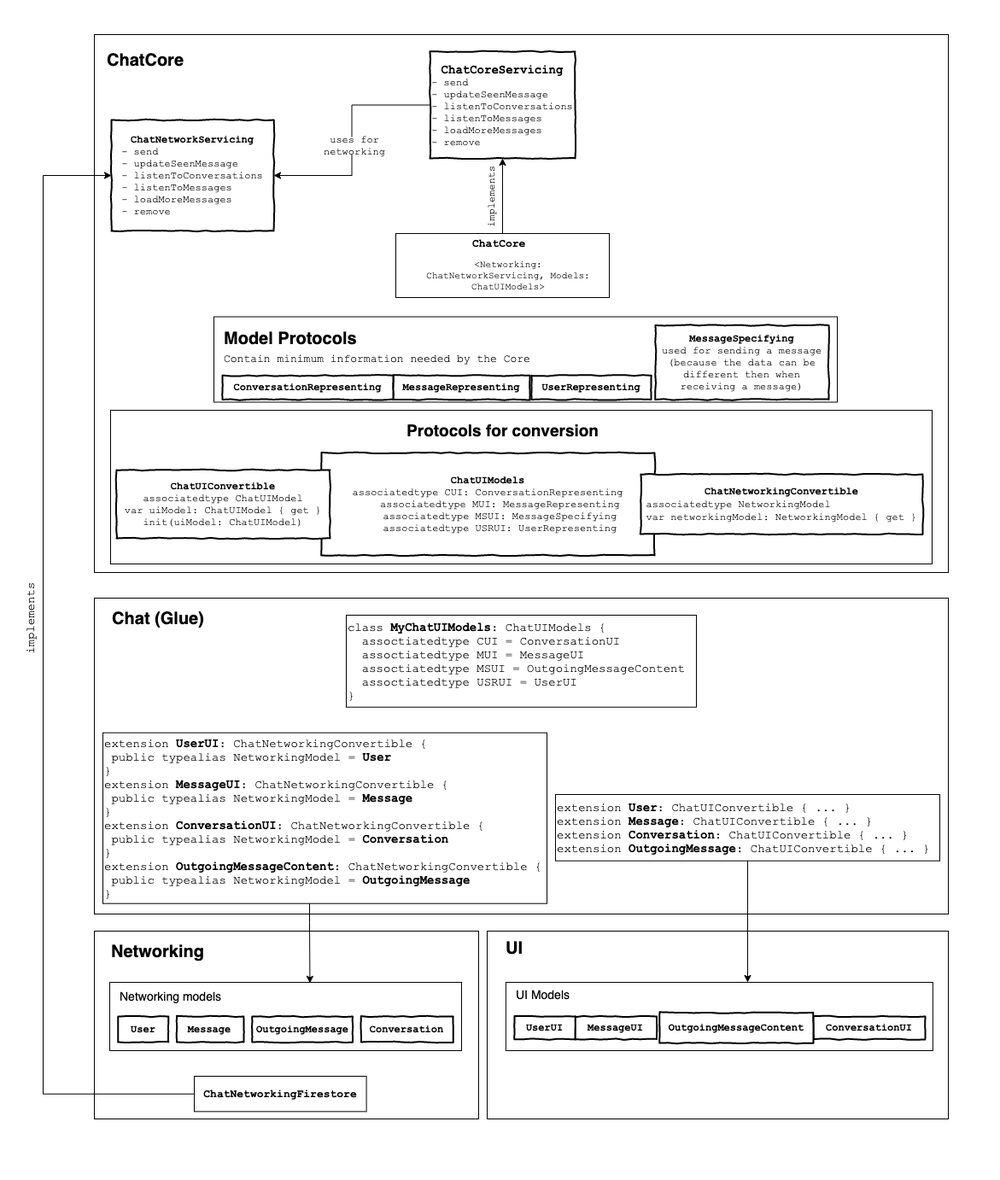
The draw.io diagram schema.png in strvcom/ios-chat-component, before a commit. Source tidied: cells renumbered, new cells last; positions are measured from the earlier drawing's top-left corner, leaving out a move shared by most shapes.
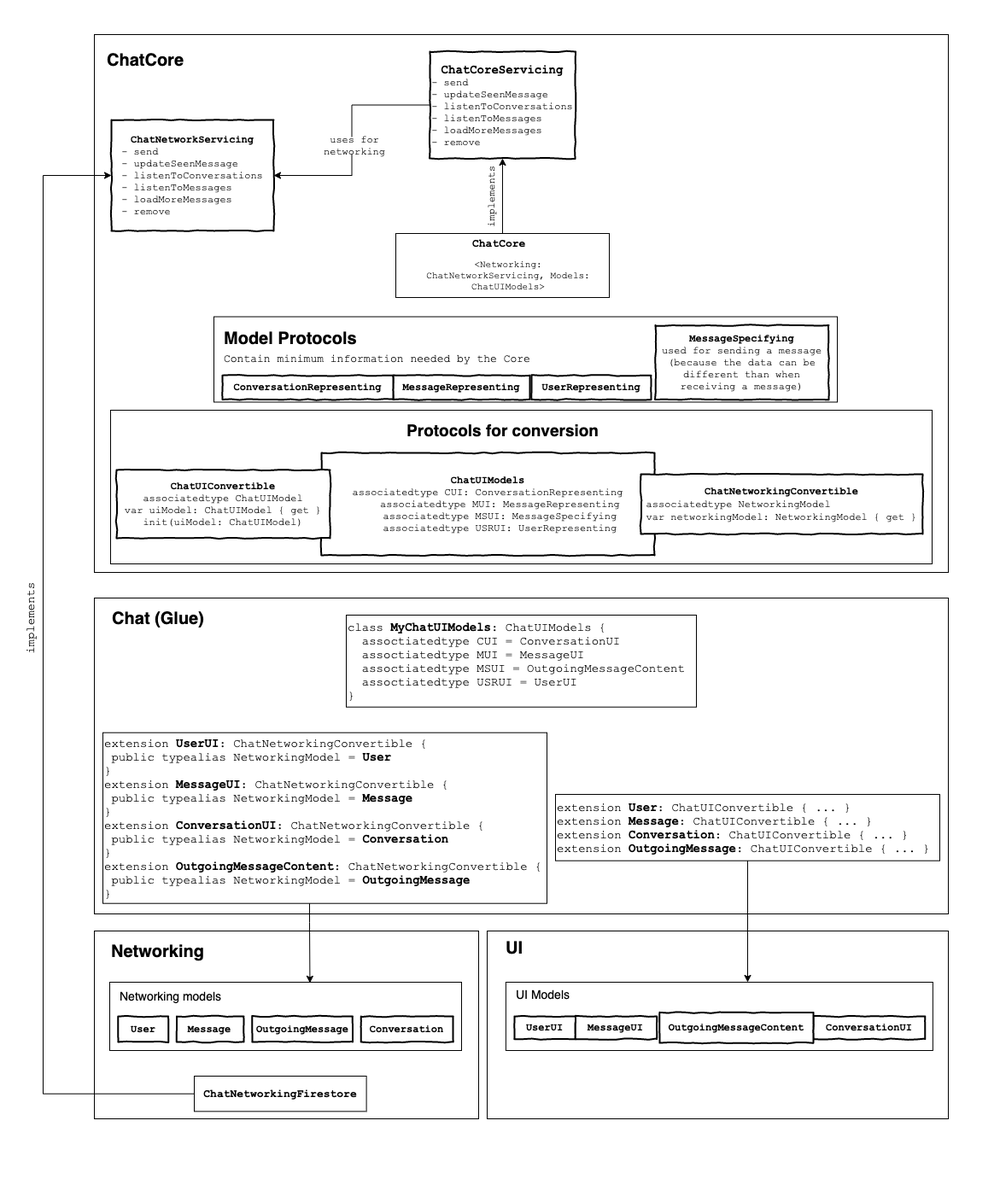
After the change.

Commit message:
Fix grammar mistakes

Diff of the diagram source:
```diff
@@ -170,7 +170,7 @@
     <mxCell id="52" value="&lt;font face=&quot;Helvetica&quot;&gt;&lt;font style=&quot;font-size: 20px&quot;&gt;Model Protocols&lt;/font&gt;&lt;br style=&quot;font-size: 13px&quot;&gt;&lt;/font&gt;&lt;font size=&quot;1&quot;&gt;&lt;span style=&quot;font-weight: normal ; font-size: 13px&quot;&gt;Contain minimum information needed by the Core&lt;/span&gt;&lt;/font&gt;" style="text;html=1;strokeColor=none;fillColor=none;align=left;verticalAlign=middle;whiteSpace=wrap;rounded=0;fontSize=18;fontFamily=Courier New;fontStyle=1;" parent="47" vertex="1">
       <mxGeometry x="10" y="29.5" width="377" height="14.5" as="geometry" />
     </mxCell>
-    <mxCell id="53" value="MessageSpecifying&lt;br&gt;&lt;span style=&quot;font-weight: normal&quot;&gt;used for sending a message (because the data can be different then when receiving a message)&lt;/span&gt;" style="html=1;whiteSpace=wrap;comic=1;strokeWidth=2;fontFamily=Courier New;fontStyle=1;" parent="47" vertex="1">
+    <mxCell id="53" value="MessageSpecifying&lt;br&gt;&lt;span style=&quot;font-weight: normal&quot;&gt;used for sending a message (because the data can be different than when receiving a message)&lt;/span&gt;" style="html=1;whiteSpace=wrap;comic=1;strokeWidth=2;fontFamily=Courier New;fontStyle=1;" parent="47" vertex="1">
       <mxGeometry x="517" y="10" width="203" height="87" as="geometry" />
     </mxCell>
     <mxCell id="54" style="rounded=0;whiteSpace=wrap;html=1;strokeColor=#000000;fontFamily=Courier New;fontSize=14;align=left;" parent="1" vertex="1">
```
